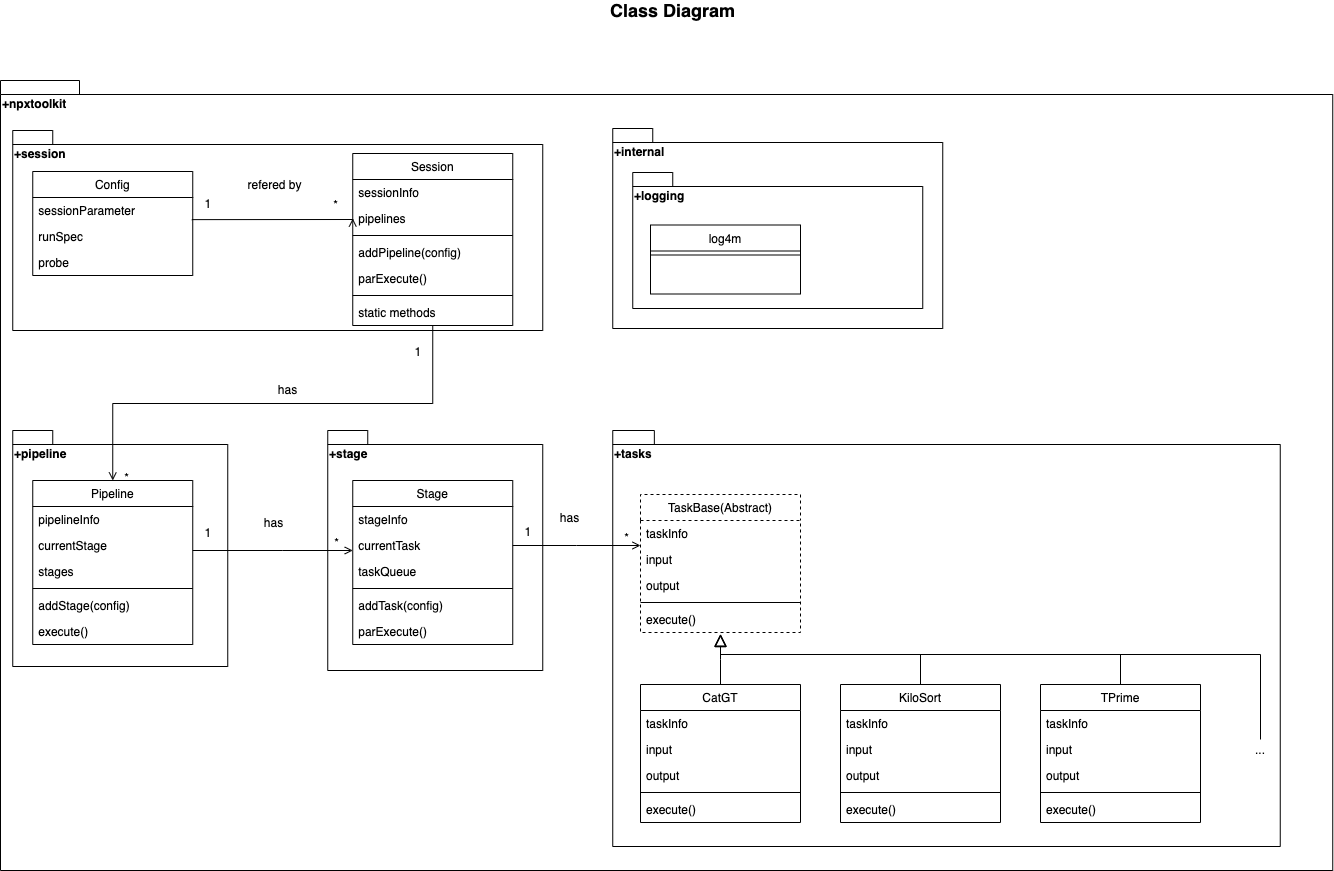
Above: docs/class_diagram.drawio.png in MATLAB-Community-Toolboxes-at-INCF/neuropixels-toolkit (draw.io), before the change. Source tidied: cells renumbered, new cells last; positions are measured from the earlier drawing's top-left corner, leaving out a move shared by most shapes.
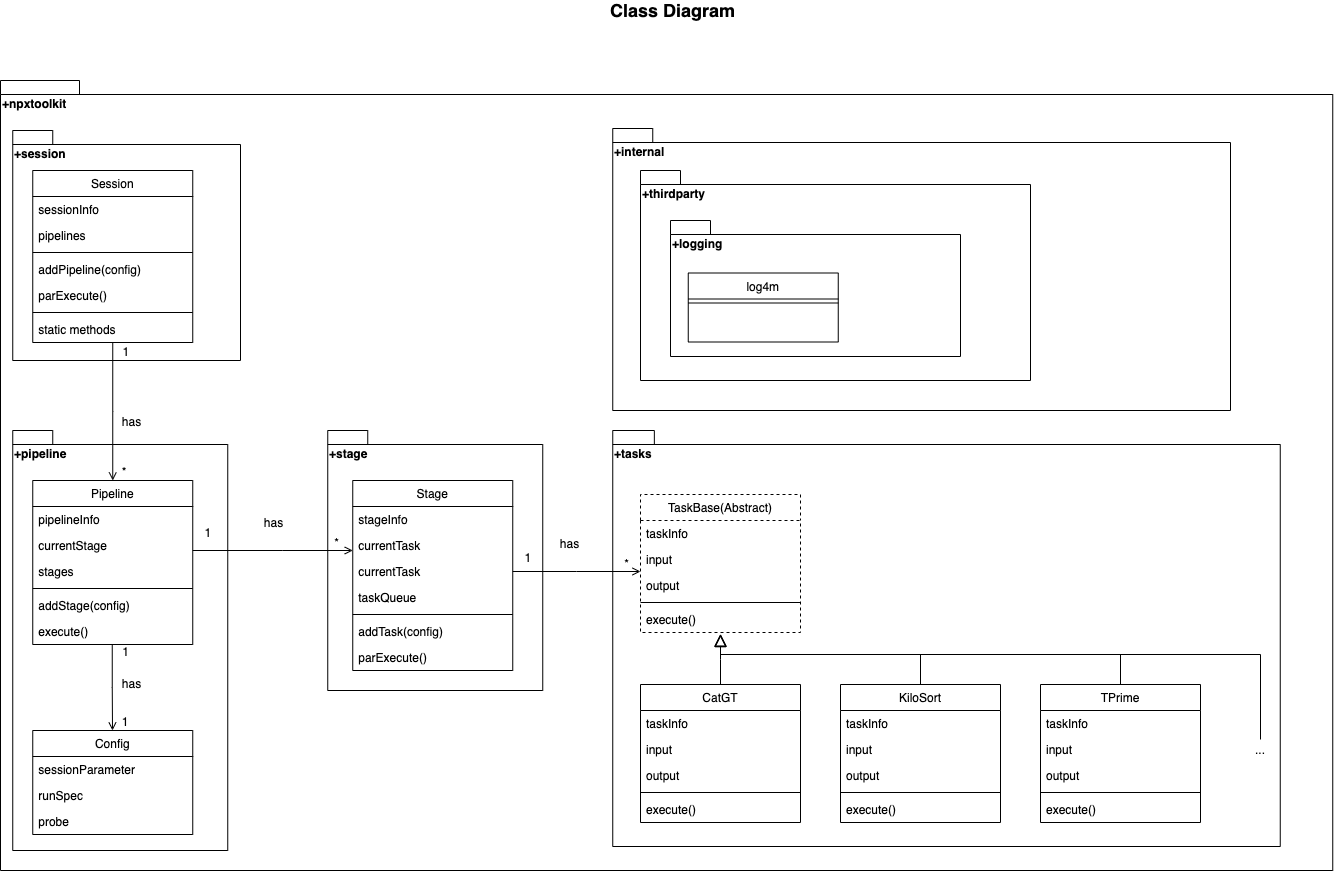
The same file after the commit.

What changed in the source:
```diff
@@ -5,20 +5,26 @@
     <mxCell id="2" value="+npxtoolkit&lt;span style=&quot;color: rgba(0 , 0 , 0 , 0) ; font-family: monospace ; font-size: 0px ; font-weight: 400&quot;&gt;%3CmxGraphModel%3E%3Croot%3E%3CmxCell%20id%3D%220%22%2F%3E%3CmxCell%20id%3D%221%22%20parent%3D%220%22%2F%3E%3CmxCell%20id%3D%222%22%20value%3D%22%2Bpipeline%22%20style%3D%22shape%3Dfolder%3BfontStyle%3D1%3BspacingTop%3D10%3BtabWidth%3D40%3BtabHeight%3D14%3BtabPosition%3Dleft%3Bhtml%3D1%3BverticalAlign%3Dtop%3Balign%3Dleft%3B%22%20vertex%3D%221%22%20parent%3D%221%22%3E%3CmxGeometry%20x%3D%22-10%22%20y%3D%22-20%22%20width%3D%22250%22%20height%3D%22430%22%20as%3D%22geometry%22%2F%3E%3C%2FmxCell%3E%3C%2Froot%3E%3C%2FmxGraphMode&lt;/span&gt;" style="shape=folder;fontStyle=1;spacingTop=10;tabWidth=40;tabHeight=14;tabPosition=left;html=1;verticalAlign=top;align=left;" parent="1" vertex="1">
       <mxGeometry y="80" width="1332.2" height="790" as="geometry" />
     </mxCell>
+    <mxCell id="79" value="+internal" style="shape=folder;fontStyle=1;spacingTop=10;tabWidth=40;tabHeight=14;tabPosition=left;html=1;verticalAlign=top;align=left;" parent="1" vertex="1">
+      <mxGeometry x="612.2" y="128" width="617.8" height="282" as="geometry" />
+    </mxCell>
+    <mxCell id="83" value="+thirdparty" style="shape=folder;fontStyle=1;spacingTop=10;tabWidth=40;tabHeight=14;tabPosition=left;html=1;verticalAlign=top;align=left;" parent="1" vertex="1">
+      <mxGeometry x="640" y="170" width="390" height="210" as="geometry" />
+    </mxCell>
     <mxCell id="3" value="+pipeline&lt;span style=&quot;color: rgba(0 , 0 , 0 , 0) ; font-family: monospace ; font-size: 0px ; font-weight: 400&quot;&gt;%3CmxGraphModel%3E%3Croot%3E%3CmxCell%20id%3D%220%22%2F%3E%3CmxCell%20id%3D%221%22%20parent%3D%220%22%2F%3E%3CmxCell%20id%3D%222%22%20value%3D%22%2Bpipeline%22%20style%3D%22shape%3Dfolder%3BfontStyle%3D1%3BspacingTop%3D10%3BtabWidth%3D40%3BtabHeight%3D14%3BtabPosition%3Dleft%3Bhtml%3D1%3BverticalAlign%3Dtop%3Balign%3Dleft%3B%22%20vertex%3D%221%22%20parent%3D%221%22%3E%3CmxGeometry%20x%3D%22-10%22%20y%3D%22-20%22%20width%3D%22250%22%20height%3D%22430%22%20as%3D%22geometry%22%2F%3E%3C%2FmxCell%3E%3C%2Froot%3E%3C%2FmxGraphMod&lt;/span&gt;" style="shape=folder;fontStyle=1;spacingTop=10;tabWidth=40;tabHeight=14;tabPosition=left;html=1;verticalAlign=top;align=left;" parent="1" vertex="1">
-      <mxGeometry x="12.2" y="430" width="215" height="236" as="geometry" />
+      <mxGeometry x="12.2" y="430" width="215" height="420" as="geometry" />
     </mxCell>
     <mxCell id="4" value="+stage&lt;span style=&quot;color: rgba(0 , 0 , 0 , 0) ; font-family: monospace ; font-size: 0px ; font-weight: 400&quot;&gt;%3CmxGraphModel%3E%3Croot%3E%3CmxCell%20id%3D%220%22%2F%3E%3CmxCell%20id%3D%221%22%20parent%3D%220%22%2F%3E%3CmxCell%20id%3D%222%22%20value%3D%22%2Bpipeline%22%20style%3D%22shape%3Dfolder%3BfontStyle%3D1%3BspacingTop%3D10%3BtabWidth%3D40%3BtabHeight%3D14%3BtabPosition%3Dleft%3Bhtml%3D1%3BverticalAlign%3Dtop%3Balign%3Dleft%3B%22%20vertex%3D%221%22%20parent%3D%221%22%3E%3CmxGeometry%20x%3D%22-10%22%20y%3D%22-20%22%20width%3D%22250%22%20height%3D%22430%22%20as%3D%22geometry%22%2F%3E%3C%2FmxCell%3E%3C%2Froot%3E%3C%2FmxGraphModel%3E&lt;/span&gt;" style="shape=folder;fontStyle=1;spacingTop=10;tabWidth=40;tabHeight=14;tabPosition=left;html=1;verticalAlign=top;align=left;" parent="1" vertex="1">
-      <mxGeometry x="327.2" y="430" width="215" height="240" as="geometry" />
+      <mxGeometry x="327.2" y="430" width="215" height="260" as="geometry" />
     </mxCell>
     <mxCell id="5" value="+session" style="shape=folder;fontStyle=1;spacingTop=10;tabWidth=40;tabHeight=14;tabPosition=left;html=1;verticalAlign=top;align=left;" parent="1" vertex="1">
-      <mxGeometry x="12.2" y="130" width="530" height="200" as="geometry" />
+      <mxGeometry x="12.2" y="130" width="227.8" height="230" as="geometry" />
     </mxCell>
     <mxCell id="6" value="Class Diagram" style="text;html=1;strokeColor=none;fillColor=none;align=center;verticalAlign=middle;whiteSpace=wrap;rounded=0;fontStyle=1;fontSize=18;" parent="1" vertex="1">
       <mxGeometry x="470" width="405" height="20" as="geometry" />
     </mxCell>
     <mxCell id="7" value="Config" style="swimlane;fontStyle=0;align=center;verticalAlign=top;horizontal=1;startSize=26;rounded=0;shadow=0;strokeWidth=1;" parent="1" vertex="1">
-      <mxGeometry x="32.2" y="171" width="160" height="104" as="geometry" />
+      <mxGeometry x="32.2" y="730" width="160" height="104" as="geometry" />
     </mxCell>
     <mxCell id="8" value="sessionParameter" style="text;align=left;verticalAlign=top;spacingLeft=4;spacingRight=4;overflow=hidden;rounded=0;shadow=0;html=0;" parent="7" vertex="1">
       <mxGeometry y="26" width="160" height="26" as="geometry" />
@@ -30,7 +36,7 @@
       <mxGeometry y="78" width="160" height="26" as="geometry" />
     </mxCell>
     <mxCell id="11" value="Session" style="swimlane;fontStyle=0;align=center;verticalAlign=top;horizontal=1;startSize=26;rounded=0;shadow=0;strokeWidth=1;" parent="1" vertex="1">
-      <mxGeometry x="352.2" y="153" width="160" height="172" as="geometry" />
+      <mxGeometry x="32.2" y="170" width="160" height="172" as="geometry" />
     </mxCell>
     <mxCell id="12" value="sessionInfo" style="text;align=left;verticalAlign=top;spacingLeft=4;spacingRight=4;overflow=hidden;rounded=0;shadow=0;html=0;" parent="11" vertex="1">
       <mxGeometry y="26" width="160" height="26" as="geometry" />
@@ -75,64 +81,42 @@
       <mxGeometry y="138" width="160" height="26" as="geometry" />
     </mxCell>
     <mxCell id="26" value="Stage" style="swimlane;fontStyle=0;align=center;verticalAlign=top;horizontal=1;startSize=26;rounded=0;shadow=0;strokeWidth=1;" parent="1" vertex="1">
-      <mxGeometry x="352.2" y="480" width="160" height="164" as="geometry" />
+      <mxGeometry x="352.2" y="480" width="160" height="190" as="geometry" />
     </mxCell>
     <mxCell id="27" value="stageInfo" style="text;align=left;verticalAlign=top;spacingLeft=4;spacingRight=4;overflow=hidden;rounded=0;shadow=0;html=0;" parent="26" vertex="1">
       <mxGeometry y="26" width="160" height="26" as="geometry" />
     </mxCell>
+    <mxCell id="84" value="currentTask" style="text;align=left;verticalAlign=top;spacingLeft=4;spacingRight=4;overflow=hidden;rounded=0;shadow=0;html=0;" parent="26" vertex="1">
+      <mxGeometry y="52" width="160" height="26" as="geometry" />
+    </mxCell>
     <mxCell id="28" value="currentTask" style="text;align=left;verticalAlign=top;spacingLeft=4;spacingRight=4;overflow=hidden;points=[[0,0.5],[1,0.5]];portConstraint=eastwest;rounded=0;shadow=0;html=0;" parent="26" vertex="1">
-      <mxGeometry y="52" width="160" height="26" as="geometry" />
+      <mxGeometry y="78" width="160" height="26" as="geometry" />
     </mxCell>
     <mxCell id="29" value="taskQueue" style="text;align=left;verticalAlign=top;spacingLeft=4;spacingRight=4;overflow=hidden;rounded=0;shadow=0;html=0;" parent="26" vertex="1">
-      <mxGeometry y="78" width="160" height="26" as="geometry" />
+      <mxGeometry y="104" width="160" height="26" as="geometry" />
     </mxCell>
     <mxCell id="30" style="line;html=1;strokeWidth=1;align=left;verticalAlign=middle;spacingTop=-1;spacingLeft=3;spacingRight=3;labelPosition=right;" parent="26" vertex="1">
-      <mxGeometry y="104" width="160" height="8" as="geometry" />
+      <mxGeometry y="130" width="160" height="8" as="geometry" />
     </mxCell>
     <mxCell id="31" value="addTask(config)" style="text;align=left;verticalAlign=top;spacingLeft=4;spacingRight=4;overflow=hidden;" parent="26" vertex="1">
-      <mxGeometry y="112" width="160" height="26" as="geometry" />
+      <mxGeometry y="138" width="160" height="26" as="geometry" />
     </mxCell>
     <mxCell id="32" value="parExecute()" style="text;align=left;verticalAlign=top;spacingLeft=4;spacingRight=4;overflow=hidden;" parent="26" vertex="1">
-      <mxGeometry y="138" width="160" height="26" as="geometry" />
+      <mxGeometry y="164" width="160" height="26" as="geometry" />
     </mxCell>
-    <mxCell id="33" style="endArrow=open;shadow=0;strokeWidth=1;rounded=0;endFill=1;edgeStyle=elbowEdgeStyle;elbow=vertical;exitX=0.994;exitY=-0.149;exitDx=0;exitDy=0;entryX=0;entryY=0.5;entryDx=0;entryDy=0;exitPerimeter=0;" parent="1" edge="1" source="9" target="13">
-      <mxGeometry x="0.5" y="41" relative="1" as="geometry">
-        <mxPoint x="-40" y="32" as="offset" />
-      </mxGeometry>
-    </mxCell>
-    <mxCell id="34" value="*" style="align=left;verticalAlign=bottom;labelBackgroundColor=none;fontSize=12;" parent="33" vertex="1">
-      <mxGeometry x="-1" relative="1" as="geometry">
-        <mxPoint x="140" y="-6" as="offset" />
-      </mxGeometry>
-    </mxCell>
-    <mxCell id="35" value="1" style="align=right;verticalAlign=bottom;labelBackgroundColor=none;fontSize=12;" parent="33" vertex="1">
-      <mxGeometry x="1" relative="1" as="geometry">
-        <mxPoint x="-140" y="-6" as="offset" />
-      </mxGeometry>
-    </mxCell>
-    <mxCell id="36" value="refered by" style="text;html=1;align=center;verticalAlign=middle;labelBackgroundColor=none;rounded=0;shadow=0;strokeWidth=1;fontSize=12;" parent="33" vertex="1">
-      <mxGeometry x="0.5" y="49" relative="1" as="geometry">
-        <mxPoint x="-40" y="13" as="offset" />
-      </mxGeometry>
-    </mxCell>
     <mxCell id="37" style="endArrow=open;shadow=0;strokeWidth=1;rounded=0;endFill=1;edgeStyle=elbowEdgeStyle;elbow=vertical;entryX=0.5;entryY=0;entryDx=0;entryDy=0;" parent="1" edge="1" source="11" target="19">
       <mxGeometry x="0.5" y="41" relative="1" as="geometry">
         <mxPoint x="-40" y="32" as="offset" />
       </mxGeometry>
     </mxCell>
-    <mxCell id="38" value="*" style="align=left;verticalAlign=bottom;labelBackgroundColor=none;fontSize=12;" parent="37" vertex="1">
-      <mxGeometry x="-1" relative="1" as="geometry">
-        <mxPoint x="-310" y="161" as="offset" />
-      </mxGeometry>
-    </mxCell>
     <mxCell id="39" value="1" style="align=right;verticalAlign=bottom;labelBackgroundColor=none;fontSize=12;" parent="37" vertex="1">
       <mxGeometry x="1" relative="1" as="geometry">
-        <mxPoint x="310" y="-120" as="offset" />
+        <mxPoint x="18" y="-120" as="offset" />
       </mxGeometry>
     </mxCell>
     <mxCell id="40" value="has" style="text;html=1;align=center;verticalAlign=middle;labelBackgroundColor=none;rounded=0;shadow=0;strokeWidth=1;fontSize=12;" parent="37" vertex="1">
       <mxGeometry x="0.5" y="49" relative="1" as="geometry">
-        <mxPoint x="132" y="-64" as="offset" />
+        <mxPoint x="-31" y="-26" as="offset" />
       </mxGeometry>
     </mxCell>
     <mxCell id="41" style="endArrow=open;shadow=0;strokeWidth=1;rounded=0;endFill=1;edgeStyle=elbowEdgeStyle;elbow=vertical;" parent="1" edge="1" source="19" target="26">
@@ -285,17 +269,39 @@
         <mxPoint x="-40" y="20" as="offset" />
       </mxGeometry>
     </mxCell>
-    <mxCell id="79" value="+internal" style="shape=folder;fontStyle=1;spacingTop=10;tabWidth=40;tabHeight=14;tabPosition=left;html=1;verticalAlign=top;align=left;" parent="1" vertex="1">
-      <mxGeometry x="612.2" y="128" width="330" height="200" as="geometry" />
-    </mxCell>
     <mxCell id="80" value="+logging" style="shape=folder;fontStyle=1;spacingTop=10;tabWidth=40;tabHeight=14;tabPosition=left;html=1;verticalAlign=top;align=left;" parent="1" vertex="1">
-      <mxGeometry x="632.2" y="172" width="290" height="136" as="geometry" />
+      <mxGeometry x="670" y="220" width="290" height="136" as="geometry" />
     </mxCell>
     <mxCell id="81" value="log4m" style="swimlane;fontStyle=0;align=center;verticalAlign=top;horizontal=1;startSize=26;rounded=0;shadow=0;strokeWidth=1;" parent="1" vertex="1">
-      <mxGeometry x="650" y="224.5" width="150" height="69" as="geometry" />
+      <mxGeometry x="687.8" y="272.5" width="150" height="69" as="geometry" />
     </mxCell>
     <mxCell id="82" style="line;html=1;strokeWidth=1;align=left;verticalAlign=middle;spacingTop=-1;spacingLeft=3;spacingRight=3;labelPosition=right;" parent="81" vertex="1">
       <mxGeometry y="26" width="150" height="8" as="geometry" />
     </mxCell>
+    <mxCell id="85" value="*" style="align=left;verticalAlign=bottom;labelBackgroundColor=none;fontSize=12;" parent="1" vertex="1">
+      <mxGeometry x="119.8" y="480" as="geometry" />
+    </mxCell>
+    <mxCell id="86" style="endArrow=open;shadow=0;strokeWidth=1;rounded=0;endFill=1;edgeStyle=elbowEdgeStyle;elbow=vertical;" parent="1" edge="1">
+      <mxGeometry x="0.5" y="41" relative="1" as="geometry">
+        <mxPoint x="111.8" y="644" as="sourcePoint" />
+        <mxPoint x="112" y="730" as="targetPoint" />
+        <mxPoint x="-40" y="32" as="offset" />
+      </mxGeometry>
+    </mxCell>
+    <mxCell id="87" value="1" style="align=left;verticalAlign=bottom;labelBackgroundColor=none;fontSize=12;" parent="86" vertex="1">
+      <mxGeometry x="-1" relative="1" as="geometry">
+        <mxPoint x="8" y="86" as="offset" />
+      </mxGeometry>
+    </mxCell>
+    <mxCell id="35" value="1" style="align=right;verticalAlign=bottom;labelBackgroundColor=none;fontSize=12;" parent="86" vertex="1">
+      <mxGeometry x="1" relative="1" as="geometry">
+        <mxPoint x="18" y="-70" as="offset" />
+      </mxGeometry>
+    </mxCell>
+    <mxCell id="88" value="has" style="text;html=1;align=center;verticalAlign=middle;labelBackgroundColor=none;rounded=0;shadow=0;strokeWidth=1;fontSize=12;" parent="86" vertex="1">
+      <mxGeometry x="0.5" y="49" relative="1" as="geometry">
+        <mxPoint x="-31" y="-26" as="offset" />
+      </mxGeometry>
+    </mxCell>
   </root>
 </mxGraphModel>
```
